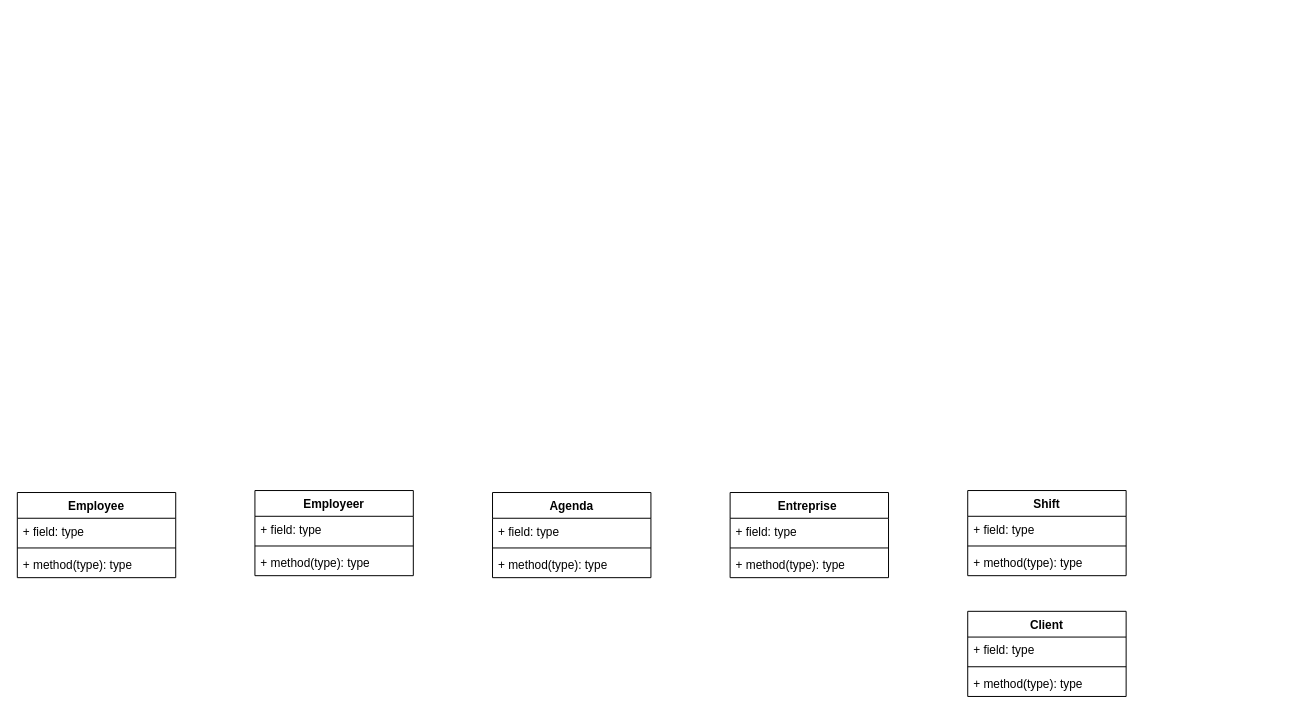
This is API Sistema de turnos.drawio from Francisco-Galea/TurnAPI, a draw.io file, before an edit. Source tidied: cells renumbered, new cells numbered last; positions are measured from the earlier drawing's top-left corner, leaving out a move shared by most shapes. Both pictures are drawn from the tidied source at 99%, with x=0, y=0 at pixel (17, 490).
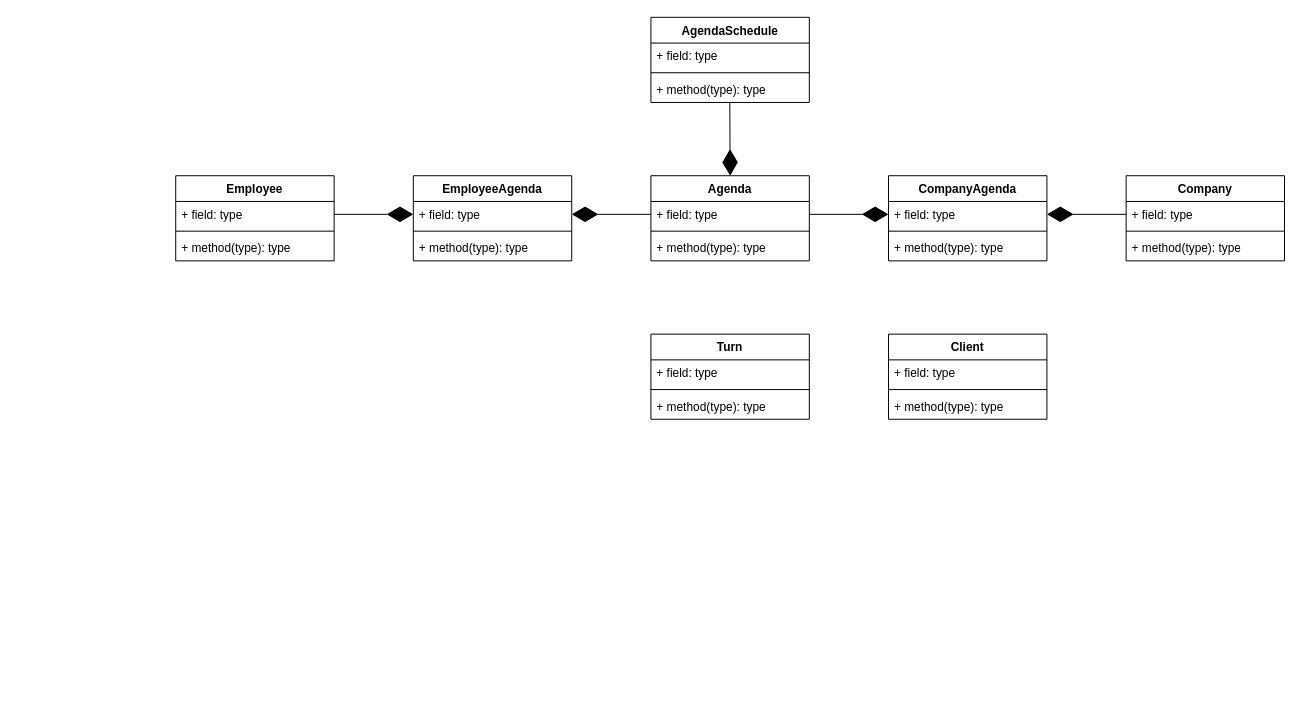
The same page after the edit.

The change refers to these unchanged cells:
```xml
<mxCell id="3" value="+ field: type" style="text;strokeColor=none;fillColor=none;align=left;verticalAlign=top;spacingLeft=4;spacingRight=4;overflow=hidden;points=[[0,0.5],[1,0.5]];portConstraint=eastwest;whiteSpace=wrap;html=1;" parent="2" vertex="1">
  <mxGeometry y="26" width="160" height="26" as="geometry" />
</mxCell>
<mxCell id="7" value="+ field: type" style="text;strokeColor=none;fillColor=none;align=left;verticalAlign=top;spacingLeft=4;spacingRight=4;overflow=hidden;points=[[0,0.5],[1,0.5]];portConstraint=eastwest;whiteSpace=wrap;html=1;" parent="6" vertex="1">
  <mxGeometry y="26" width="160" height="26" as="geometry" />
</mxCell>
<mxCell id="11" value="+ field: type" style="text;strokeColor=none;fillColor=none;align=left;verticalAlign=top;spacingLeft=4;spacingRight=4;overflow=hidden;points=[[0,0.5],[1,0.5]];portConstraint=eastwest;whiteSpace=wrap;html=1;" parent="10" vertex="1">
  <mxGeometry y="26" width="160" height="26" as="geometry" />
</mxCell>
```

What changed in the source:
```diff
@@
-    <mxCell id="2" value="Entreprise&amp;nbsp;" style="swimlane;fontStyle=1;align=center;verticalAlign=top;horizontal=1;startSize=26;whiteSpace=wrap;html=1;" parent="1" vertex="1">
-      <mxGeometry x="720" y="2" width="160" height="86" as="geometry" />
+    <mxCell id="2" value="Company" style="swimlane;fontStyle=1;align=center;verticalAlign=top;horizontal=1;startSize=26;whiteSpace=wrap;html=1;" parent="1" vertex="1">
+      <mxGeometry x="1120" y="-318" width="160" height="86" as="geometry" />
     </mxCell>
@@
     <mxCell id="6" value="Employee" style="swimlane;fontStyle=1;align=center;verticalAlign=top;horizontal=1;startSize=26;whiteSpace=wrap;html=1;" parent="1" vertex="1">
-      <mxGeometry y="2" width="160" height="86" as="geometry" />
+      <mxGeometry x="160" y="-318" width="160" height="86" as="geometry" />
     </mxCell>
@@
-    <mxCell id="10" value="Agenda" style="swimlane;fontStyle=1;align=center;verticalAlign=top;horizontal=1;startSize=26;whiteSpace=wrap;html=1;" parent="1" vertex="1">
-      <mxGeometry x="480" y="2" width="160" height="86" as="geometry" />
+    <mxCell id="10" value="CompanyAgenda" style="swimlane;fontStyle=1;align=center;verticalAlign=top;horizontal=1;startSize=26;whiteSpace=wrap;html=1;" parent="1" vertex="1">
+      <mxGeometry x="880" y="-318" width="160" height="86" as="geometry" />
     </mxCell>
@@
     <mxCell id="14" value="Client" style="swimlane;fontStyle=1;align=center;verticalAlign=top;horizontal=1;startSize=26;whiteSpace=wrap;html=1;" parent="1" vertex="1">
-      <mxGeometry x="960" y="122" width="160" height="86" as="geometry" />
+      <mxGeometry x="880" y="-158" width="160" height="86" as="geometry" />
     </mxCell>
@@
-    <mxCell id="18" value="Shift" style="swimlane;fontStyle=1;align=center;verticalAlign=top;horizontal=1;startSize=26;whiteSpace=wrap;html=1;" parent="1" vertex="1">
-      <mxGeometry x="960" width="160" height="86" as="geometry" />
+    <mxCell id="18" value="Turn" style="swimlane;fontStyle=1;align=center;verticalAlign=top;horizontal=1;startSize=26;whiteSpace=wrap;html=1;" parent="1" vertex="1">
+      <mxGeometry x="640" y="-158" width="160" height="86" as="geometry" />
     </mxCell>
@@
-    <mxCell id="22" value="Employeer" style="swimlane;fontStyle=1;align=center;verticalAlign=top;horizontal=1;startSize=26;whiteSpace=wrap;html=1;" parent="1" vertex="1">
-      <mxGeometry x="240" width="160" height="86" as="geometry" />
-    </mxCell>
-    <mxCell id="23" value="+ field: type" style="text;strokeColor=none;fillColor=none;align=left;verticalAlign=top;spacingLeft=4;spacingRight=4;overflow=hidden;whiteSpace=wrap;html=1;" parent="22" vertex="1">
-      <mxGeometry y="26" width="160" height="26" as="geometry" />
-    </mxCell>
-    <mxCell id="24" style="line;strokeWidth=1;fillColor=none;align=left;verticalAlign=middle;spacingTop=-1;spacingLeft=3;spacingRight=3;labelPosition=right;strokeColor=inherit;" parent="22" vertex="1">
-      <mxGeometry y="52" width="160" height="8" as="geometry" />
-    </mxCell>
-    <mxCell id="25" value="+ method(type): type" style="text;strokeColor=none;fillColor=none;align=left;verticalAlign=top;spacingLeft=4;spacingRight=4;overflow=hidden;whiteSpace=wrap;html=1;" parent="22" vertex="1">
-      <mxGeometry y="60" width="160" height="26" as="geometry" />
-    </mxCell>
+    <mxCell id="26" value="Agenda" style="swimlane;fontStyle=1;align=center;verticalAlign=top;horizontal=1;startSize=26;whiteSpace=wrap;html=1;" parent="1" vertex="1">
+      <mxGeometry x="640" y="-318" width="160" height="86" as="geometry" />
+    </mxCell>
+    <mxCell id="27" value="+ field: type" style="text;strokeColor=none;fillColor=none;align=left;verticalAlign=top;spacingLeft=4;spacingRight=4;overflow=hidden;points=[[0,0.5],[1,0.5]];portConstraint=eastwest;whiteSpace=wrap;html=1;" parent="26" vertex="1">
+      <mxGeometry y="26" width="160" height="26" as="geometry" />
+    </mxCell>
+    <mxCell id="28" style="line;strokeWidth=1;fillColor=none;align=left;verticalAlign=middle;spacingTop=-1;spacingLeft=3;spacingRight=3;labelPosition=right;strokeColor=inherit;" parent="26" vertex="1">
+      <mxGeometry y="52" width="160" height="8" as="geometry" />
+    </mxCell>
+    <mxCell id="29" value="+ method(type): type" style="text;strokeColor=none;fillColor=none;align=left;verticalAlign=top;spacingLeft=4;spacingRight=4;overflow=hidden;whiteSpace=wrap;html=1;" parent="26" vertex="1">
+      <mxGeometry y="60" width="160" height="26" as="geometry" />
+    </mxCell>
+    <mxCell id="30" style="endArrow=diamondThin;endFill=1;endSize=24;html=1;rounded=0;entryX=0;entryY=0.5;entryDx=0;entryDy=0;exitX=1;exitY=0.5;exitDx=0;exitDy=0;" parent="1" edge="1" source="27" target="11">
+      <mxGeometry relative="1" as="geometry" />
+    </mxCell>
+    <mxCell id="31" style="endArrow=diamondThin;endFill=1;endSize=24;html=1;rounded=0;entryX=1;entryY=0.5;entryDx=0;entryDy=0;exitX=0;exitY=0.5;exitDx=0;exitDy=0;" parent="1" edge="1" source="3" target="11">
+      <mxGeometry relative="1" as="geometry" />
+    </mxCell>
+    <mxCell id="32" value="EmployeeAgenda" style="swimlane;fontStyle=1;align=center;verticalAlign=top;horizontal=1;startSize=26;whiteSpace=wrap;html=1;" parent="1" vertex="1">
+      <mxGeometry x="400" y="-318" width="160" height="86" as="geometry" />
+    </mxCell>
+    <mxCell id="33" value="+ field: type" style="text;strokeColor=none;fillColor=none;align=left;verticalAlign=top;spacingLeft=4;spacingRight=4;overflow=hidden;points=[[0,0.5],[1,0.5]];portConstraint=eastwest;whiteSpace=wrap;html=1;" parent="32" vertex="1">
+      <mxGeometry y="26" width="160" height="26" as="geometry" />
+    </mxCell>
+    <mxCell id="34" style="line;strokeWidth=1;fillColor=none;align=left;verticalAlign=middle;spacingTop=-1;spacingLeft=3;spacingRight=3;labelPosition=right;strokeColor=inherit;" parent="32" vertex="1">
+      <mxGeometry y="52" width="160" height="8" as="geometry" />
+    </mxCell>
+    <mxCell id="35" value="+ method(type): type" style="text;strokeColor=none;fillColor=none;align=left;verticalAlign=top;spacingLeft=4;spacingRight=4;overflow=hidden;whiteSpace=wrap;html=1;" parent="32" vertex="1">
+      <mxGeometry y="60" width="160" height="26" as="geometry" />
+    </mxCell>
+    <mxCell id="36" style="endArrow=diamondThin;endFill=1;endSize=24;html=1;rounded=0;entryX=0;entryY=0.5;entryDx=0;entryDy=0;exitX=1;exitY=0.5;exitDx=0;exitDy=0;" parent="1" edge="1" source="7" target="33">
+      <mxGeometry relative="1" as="geometry" />
+    </mxCell>
+    <mxCell id="37" style="endArrow=diamondThin;endFill=1;endSize=24;html=1;rounded=0;entryX=1;entryY=0.5;entryDx=0;entryDy=0;exitX=0;exitY=0.5;exitDx=0;exitDy=0;" parent="1" edge="1" source="27" target="33">
+      <mxGeometry relative="1" as="geometry" />
+    </mxCell>
+    <mxCell id="38" value="AgendaSchedule" style="swimlane;fontStyle=1;align=center;verticalAlign=top;horizontal=1;startSize=26;whiteSpace=wrap;html=1;" parent="1" vertex="1">
+      <mxGeometry x="640" y="-478" width="160" height="86" as="geometry" />
+    </mxCell>
+    <mxCell id="39" value="+ field: type" style="text;strokeColor=none;fillColor=none;align=left;verticalAlign=top;spacingLeft=4;spacingRight=4;overflow=hidden;whiteSpace=wrap;html=1;" parent="38" vertex="1">
+      <mxGeometry y="26" width="160" height="26" as="geometry" />
+    </mxCell>
+    <mxCell id="40" style="line;strokeWidth=1;fillColor=none;align=left;verticalAlign=middle;spacingTop=-1;spacingLeft=3;spacingRight=3;labelPosition=right;strokeColor=inherit;" parent="38" vertex="1">
+      <mxGeometry y="52" width="160" height="8" as="geometry" />
+    </mxCell>
+    <mxCell id="41" value="+ method(type): type" style="text;strokeColor=none;fillColor=none;align=left;verticalAlign=top;spacingLeft=4;spacingRight=4;overflow=hidden;points=[[0,0.5],[1,0.5]];portConstraint=eastwest;whiteSpace=wrap;html=1;" parent="38" vertex="1">
+      <mxGeometry y="60" width="160" height="26" as="geometry" />
+    </mxCell>
+    <mxCell id="42" style="endArrow=diamondThin;endFill=1;endSize=24;html=1;rounded=0;entryX=0.5;entryY=0;entryDx=0;entryDy=0;exitX=0.498;exitY=1.019;exitDx=0;exitDy=0;exitPerimeter=0;" parent="1" edge="1" source="41" target="26">
+      <mxGeometry relative="1" as="geometry" />
+    </mxCell>
```
